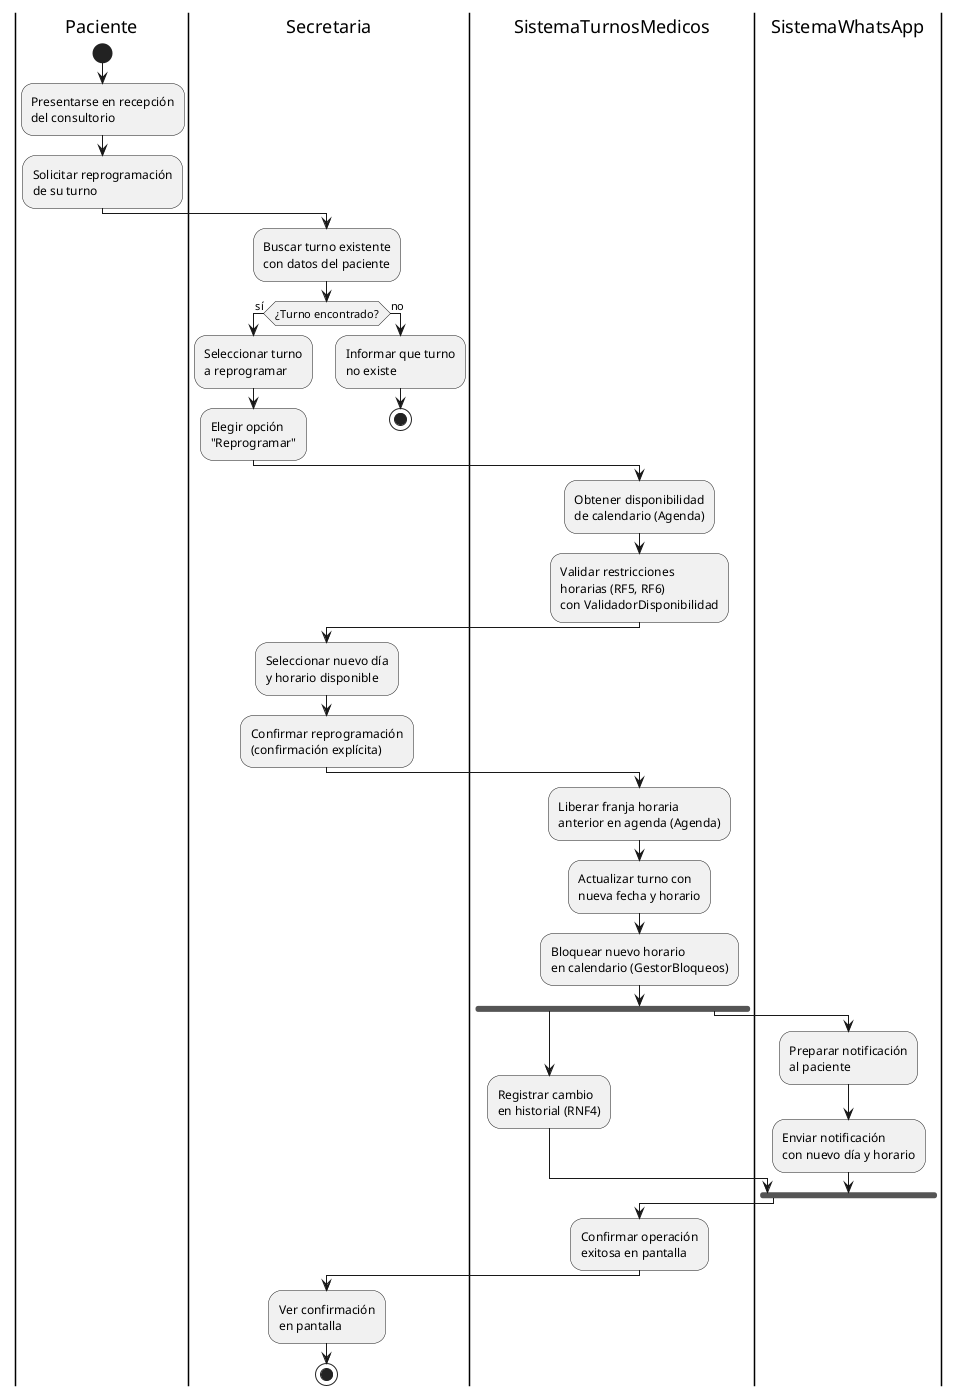
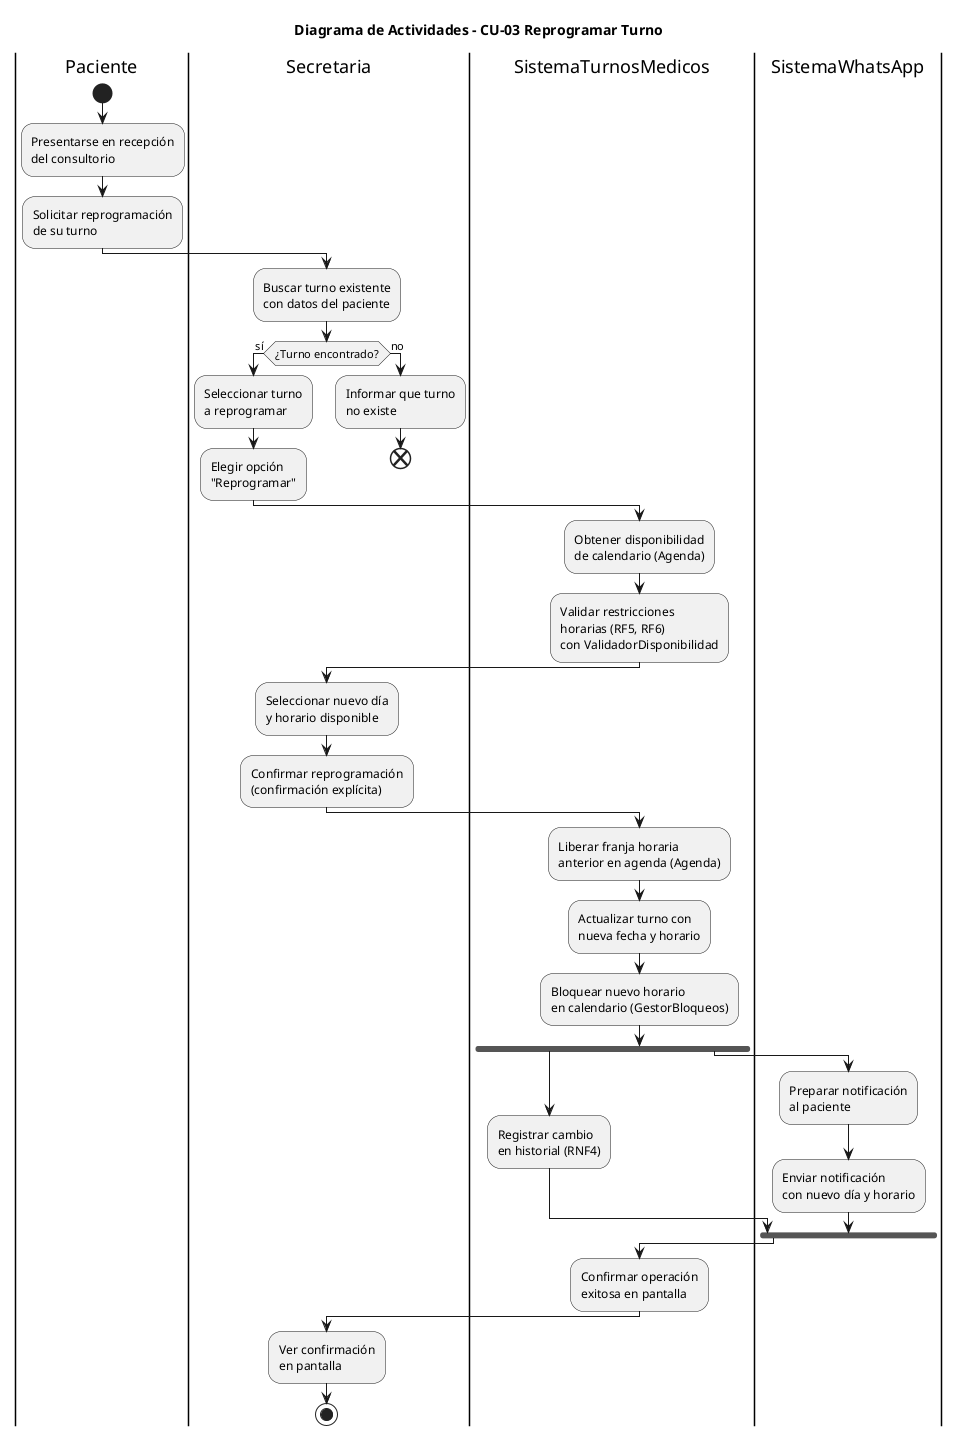
@startuml 04-actividad-reprogramar-turno-03
+ 
+ title Diagrama de Actividades - CU-03 Reprogramar Turno

|Paciente|
start
:Presentarse en recepción\ndel consultorio;
:Solicitar reprogramación\nde su turno;

|Secretaria|
:Buscar turno existente\ncon datos del paciente;

if (¿Turno encontrado?) then (sí)
    :Seleccionar turno\na reprogramar;
    :Elegir opción\n"Reprogramar";
else (no)
    :Informar que turno\nno existe;
-     stop
+     end
endif

|SistemaTurnosMedicos|
:Obtener disponibilidad\nde calendario (Agenda);
:Validar restricciones\nhorarias (RF5, RF6)\ncon ValidadorDisponibilidad;

|Secretaria|
:Seleccionar nuevo día\ny horario disponible;
:Confirmar reprogramación\n(confirmación explícita);

|SistemaTurnosMedicos|
:Liberar franja horaria\nanterior en agenda (Agenda);
:Actualizar turno con\nnueva fecha y horario;
:Bloquear nuevo horario\nen calendario (GestorBloqueos);

fork
    :Registrar cambio\nen historial (RNF4);
fork again
    |SistemaWhatsApp|
    :Preparar notificación\nal paciente;
    :Enviar notificación\ncon nuevo día y horario;
endfork

|SistemaTurnosMedicos|
:Confirmar operación\nexitosa en pantalla;

|Secretaria|
:Ver confirmación\nen pantalla;

stop

- @enduml
+ @enduml